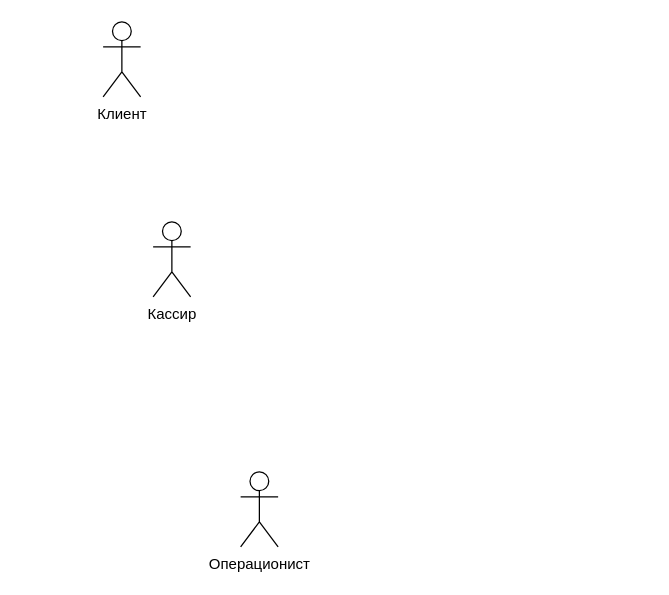
v-tempe/draw.io keeps this draw.io diagram as acms2.drawio. Above is the earlier version. Source tidied: cells renumbered, new cells numbered last; positions are measured from the earlier drawing's top-left corner, leaving out a move shared by most shapes. Both pictures are drawn from the tidied source at 125%, with x=0, y=0 at pixel (102, 21).
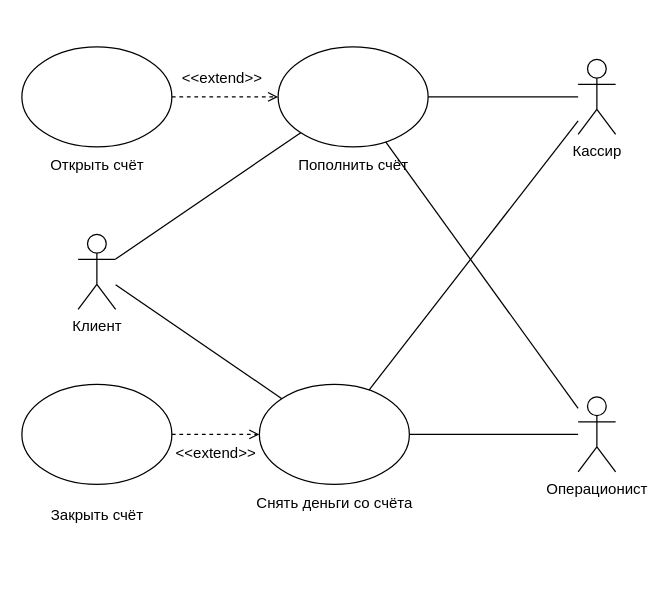
After the change.

What changed in the source:
```diff
@@
     <mxCell id="2" value="Клиент" style="shape=umlActor;verticalLabelPosition=bottom;verticalAlign=top;html=1;outlineConnect=0;" parent="1" vertex="1">
-      <mxGeometry width="30" height="60" as="geometry" />
+      <mxGeometry x="-20" y="170" width="30" height="60" as="geometry" />
     </mxCell>
     <mxCell id="3" value="Кассир" style="shape=umlActor;verticalLabelPosition=bottom;verticalAlign=top;html=1;outlineConnect=0;" parent="1" vertex="1">
-      <mxGeometry x="40" y="160" width="30" height="60" as="geometry" />
+      <mxGeometry x="380" y="30" width="30" height="60" as="geometry" />
     </mxCell>
     <mxCell id="4" value="Операционист" style="shape=umlActor;verticalLabelPosition=bottom;verticalAlign=top;html=1;outlineConnect=0;" parent="1" vertex="1">
-      <mxGeometry x="110" y="360" width="30" height="60" as="geometry" />
+      <mxGeometry x="380" y="300" width="30" height="60" as="geometry" />
     </mxCell>
+    <mxCell id="5" style="ellipse;whiteSpace=wrap;html=1;" parent="1" vertex="1">
+      <mxGeometry x="125" y="290" width="120" height="80" as="geometry" />
+    </mxCell>
+    <mxCell id="6" value="Снять деньги со счёта" style="text;html=1;align=center;verticalAlign=middle;strokeColor=none;fillColor=none;" parent="1" vertex="1">
+      <mxGeometry x="110" y="370" width="150" height="30" as="geometry" />
+    </mxCell>
+    <mxCell id="7" style="ellipse;whiteSpace=wrap;html=1;" parent="1" vertex="1">
+      <mxGeometry x="140" y="20" width="120" height="80" as="geometry" />
+    </mxCell>
+    <mxCell id="8" value="Пополнить счёт" style="text;html=1;align=center;verticalAlign=middle;strokeColor=none;fillColor=none;" parent="1" vertex="1">
+      <mxGeometry x="145" y="100" width="110" height="30" as="geometry" />
+    </mxCell>
+    <mxCell id="9" style="endArrow=none;html=1;rounded=0;" parent="1" edge="1" source="5" target="2">
+      <mxGeometry relative="1" as="geometry" />
+    </mxCell>
+    <mxCell id="10" style="endArrow=none;html=1;rounded=0;" parent="1" edge="1" source="2" target="7">
+      <mxGeometry relative="1" as="geometry" />
+    </mxCell>
+    <mxCell id="11" style="endArrow=none;html=1;rounded=0;" parent="1" edge="1" source="7" target="3">
+      <mxGeometry relative="1" as="geometry" />
+    </mxCell>
+    <mxCell id="12" style="endArrow=none;html=1;rounded=0;" parent="1" edge="1" source="5" target="4">
+      <mxGeometry relative="1" as="geometry" />
+    </mxCell>
+    <mxCell id="13" style="endArrow=none;html=1;rounded=0;" parent="1" edge="1" source="5" target="3">
+      <mxGeometry relative="1" as="geometry" />
+    </mxCell>
+    <mxCell id="14" style="endArrow=none;html=1;rounded=0;" parent="1" edge="1" source="7" target="4">
+      <mxGeometry relative="1" as="geometry" />
+    </mxCell>
+    <mxCell id="15" style="ellipse;whiteSpace=wrap;html=1;" parent="1" vertex="1">
+      <mxGeometry x="-65" y="20" width="120" height="80" as="geometry" />
+    </mxCell>
+    <mxCell id="16" style="ellipse;whiteSpace=wrap;html=1;" parent="1" vertex="1">
+      <mxGeometry x="-65" y="290" width="120" height="80" as="geometry" />
+    </mxCell>
+    <mxCell id="17" value="Открыть счёт" style="text;html=1;align=center;verticalAlign=middle;strokeColor=none;fillColor=none;" parent="1" vertex="1">
+      <mxGeometry x="-55" y="100" width="100" height="30" as="geometry" />
+    </mxCell>
+    <mxCell id="18" value="Закрыть счёт" style="text;html=1;align=center;verticalAlign=middle;strokeColor=none;fillColor=none;" parent="1" vertex="1">
+      <mxGeometry x="-55" y="380" width="100" height="30" as="geometry" />
+    </mxCell>
+    <mxCell id="19" style="endArrow=open;html=1;rounded=0;dashed=1;endFill=0;" parent="1" edge="1" source="15" target="7">
+      <mxGeometry relative="1" as="geometry" />
+    </mxCell>
+    <mxCell id="20" style="endArrow=open;html=1;rounded=0;dashed=1;endFill=0;" parent="1" edge="1" source="16" target="5">
+      <mxGeometry relative="1" as="geometry" />
+    </mxCell>
+    <mxCell id="21" value="&amp;lt;&amp;lt;extend&amp;gt;&amp;gt;" style="text;html=1;align=center;verticalAlign=middle;strokeColor=none;fillColor=none;" parent="1" vertex="1">
+      <mxGeometry x="50" y="30" width="90" height="30" as="geometry" />
+    </mxCell>
+    <mxCell id="22" value="&amp;lt;&amp;lt;extend&amp;gt;&amp;gt;" style="text;html=1;align=center;verticalAlign=middle;strokeColor=none;fillColor=none;" parent="1" vertex="1">
+      <mxGeometry x="45" y="330" width="90" height="30" as="geometry" />
+    </mxCell>
```
